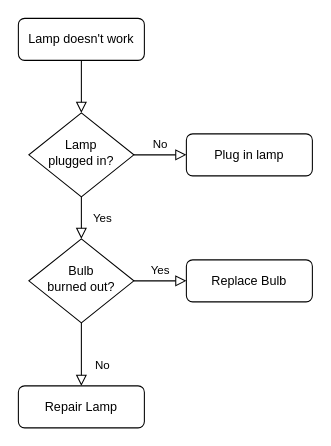
Above: Untitled Diagram.drawio in tonmayonweb/day3-Exercise-3.1 (draw.io), before the change. Source tidied: cells renumbered, new cells numbered last; positions are measured from the earlier drawing's top-left corner, leaving out a move shared by most shapes. Both pictures are drawn from the tidied source at 105%, with x=0, y=0 at pixel (18, 18).
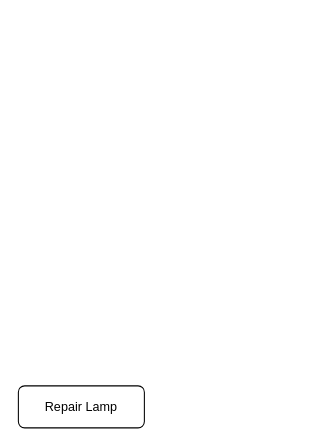
The same diagram, later.

Commit message:
love calculator logic chart

The edit, as a diff of the source:
```diff
@@
 <mxGraphModel>
   <root>
     <mxCell id="0" />
     <mxCell id="1" parent="0" />
-    <mxCell id="2" style="rounded=0;html=1;jettySize=auto;fontSize=11;endArrow=block;endFill=0;endSize=8;strokeWidth=1;shadow=0;labelBackgroundColor=none;edgeStyle=orthogonalEdgeStyle;" parent="1" edge="1" source="3" target="6">
-      <mxGeometry relative="1" as="geometry" />
-    </mxCell>
-    <mxCell id="3" value="Lamp doesn't work" style="rounded=1;whiteSpace=wrap;html=1;fontSize=12;glass=0;strokeWidth=1;shadow=0;" parent="1" vertex="1">
-      <mxGeometry width="120" height="40" as="geometry" />
-    </mxCell>
-    <mxCell id="4" value="Yes" style="rounded=0;html=1;jettySize=auto;fontSize=11;endArrow=block;endFill=0;endSize=8;strokeWidth=1;shadow=0;labelBackgroundColor=none;edgeStyle=orthogonalEdgeStyle;" parent="1" edge="1" source="6" target="10">
-      <mxGeometry y="20" relative="1" as="geometry" />
-    </mxCell>
-    <mxCell id="5" value="No" style="edgeStyle=orthogonalEdgeStyle;rounded=0;html=1;jettySize=auto;fontSize=11;endArrow=block;endFill=0;endSize=8;strokeWidth=1;shadow=0;labelBackgroundColor=none;" parent="1" edge="1" source="6" target="7">
-      <mxGeometry y="10" relative="1" as="geometry" />
-    </mxCell>
-    <mxCell id="6" value="Lamp&lt;br&gt;plugged in?" style="rhombus;whiteSpace=wrap;html=1;shadow=0;fontFamily=Helvetica;fontSize=12;align=center;strokeWidth=1;spacing=6;spacingTop=-4;" parent="1" vertex="1">
-      <mxGeometry x="10" y="90" width="100" height="80" as="geometry" />
-    </mxCell>
-    <mxCell id="7" value="Plug in lamp" style="rounded=1;whiteSpace=wrap;html=1;fontSize=12;glass=0;strokeWidth=1;shadow=0;" parent="1" vertex="1">
-      <mxGeometry x="160" y="110" width="120" height="40" as="geometry" />
-    </mxCell>
-    <mxCell id="8" value="No" style="rounded=0;html=1;jettySize=auto;fontSize=11;endArrow=block;endFill=0;endSize=8;strokeWidth=1;shadow=0;labelBackgroundColor=none;edgeStyle=orthogonalEdgeStyle;" parent="1" edge="1" source="10" target="11">
-      <mxGeometry x="0.33" y="20" relative="1" as="geometry" />
-    </mxCell>
-    <mxCell id="9" value="Yes" style="edgeStyle=orthogonalEdgeStyle;rounded=0;html=1;jettySize=auto;fontSize=11;endArrow=block;endFill=0;endSize=8;strokeWidth=1;shadow=0;labelBackgroundColor=none;" parent="1" edge="1" source="10" target="12">
-      <mxGeometry y="10" relative="1" as="geometry" />
-    </mxCell>
-    <mxCell id="10" value="Bulb&lt;br&gt;burned out?" style="rhombus;whiteSpace=wrap;html=1;shadow=0;fontFamily=Helvetica;fontSize=12;align=center;strokeWidth=1;spacing=6;spacingTop=-4;" parent="1" vertex="1">
-      <mxGeometry x="10" y="210" width="100" height="80" as="geometry" />
-    </mxCell>
     <mxCell id="11" value="Repair Lamp" style="rounded=1;whiteSpace=wrap;html=1;fontSize=12;glass=0;strokeWidth=1;shadow=0;" parent="1" vertex="1">
       <mxGeometry y="350" width="120" height="40" as="geometry" />
     </mxCell>
-    <mxCell id="12" value="Replace Bulb" style="rounded=1;whiteSpace=wrap;html=1;fontSize=12;glass=0;strokeWidth=1;shadow=0;" parent="1" vertex="1">
-      <mxGeometry x="160" y="230" width="120" height="40" as="geometry" />
-    </mxCell>
   </root>
 </mxGraphModel>
```
